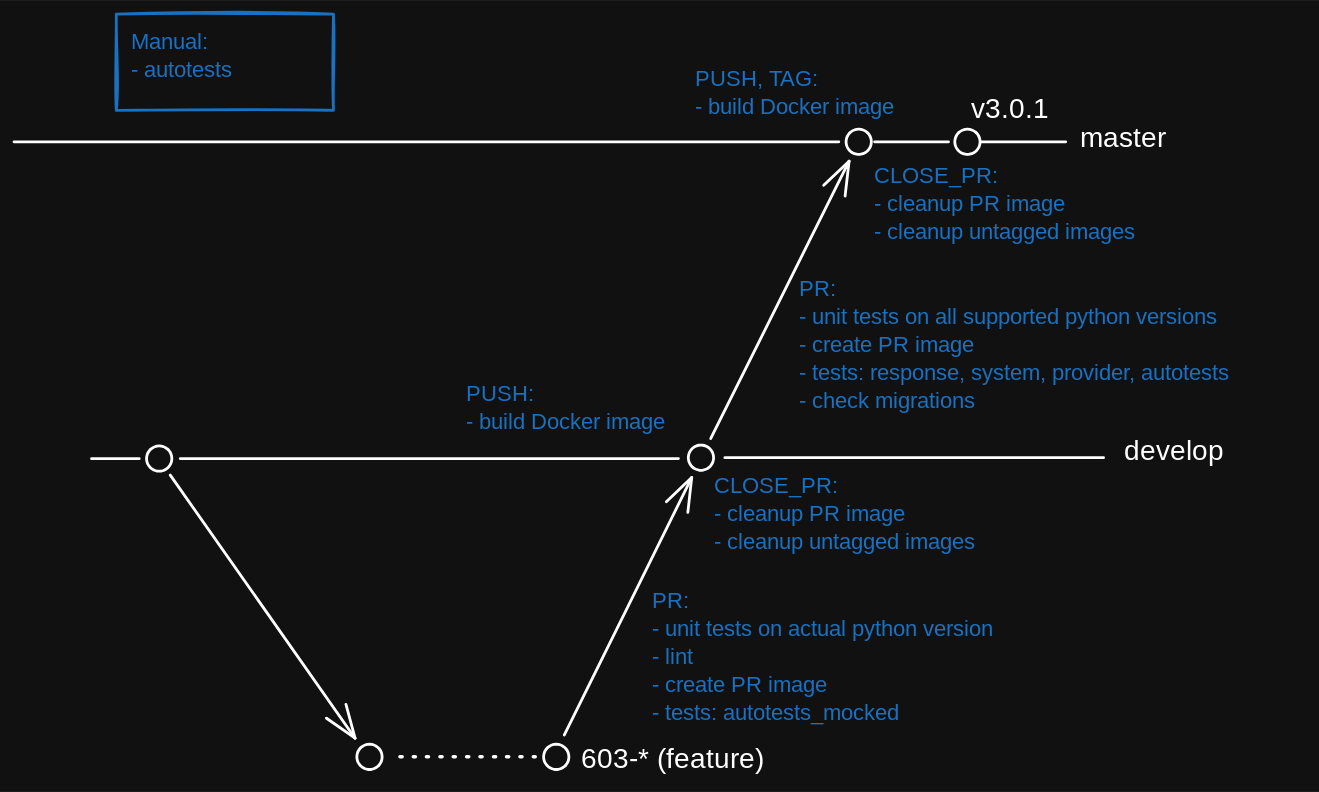
Above: docs/content/development/ci.excalidraw.svg in eslupmi/impulse (Excalidraw), before the change. Source tidied: one line per element, renumbered; positions are measured from the earlier drawing's top-left corner, leaving out a move shared by most shapes.
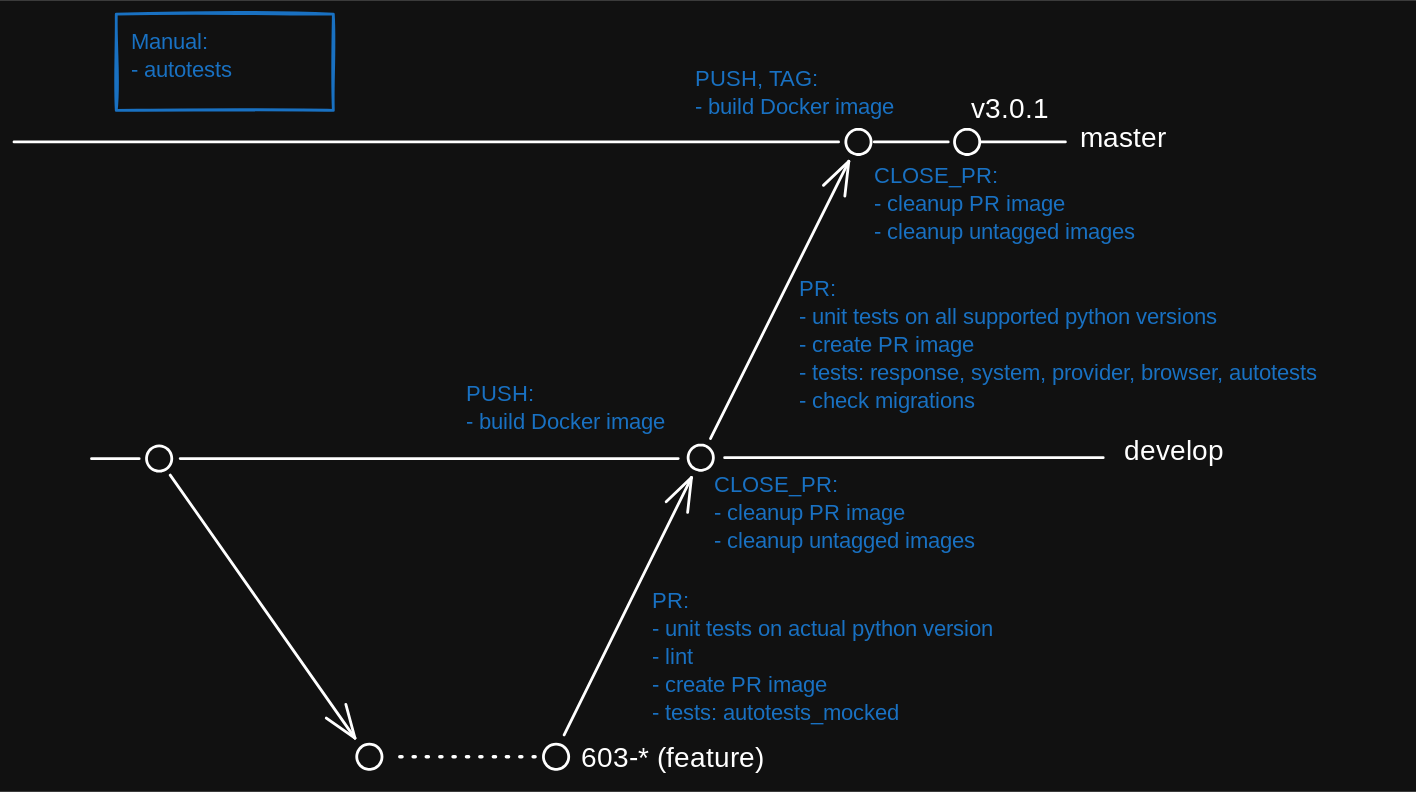
The same diagram one commit later.

Commit message:
Enhance CI workflows by adding autotests job for multiple messengers and simplifying lint job configuration.

What changed in the source:
```diff
@@ -11,7 +11,7 @@
 {"id": 10, "type": "ellipse", "strokeColor": "#ffffff", "strokeWidth": 2, "roughness": 0, "round": true, "x": 378, "y": 521, "width": 18, "height": 18}
 {"id": 11, "type": "arrow", "strokeColor": "#ffffff", "strokeWidth": 2, "roughness": 0, "endArrowhead": "arrow", "round": true, "from": 10, "to": 3, "x": 393, "y": 515, "width": 91, "height": 184, "points": [[0, 0], [91, -184]]}
 {"id": 12, "type": "arrow", "strokeColor": "#ffffff", "strokeWidth": 2, "strokeStyle": "dotted", "roughness": 0, "round": true, "from": 10, "to": 8, "x": 372, "y": 530, "width": 103, "height": 0, "points": [[0, 0], [-103, 0]]}
-{"id": 13, "type": "text", "text": "PR:\n- unit tests on all supported python versions\n- create PR image\n- tests: response, system, provider, autotests\n- check migrations", "strokeColor": "#1971c2", "strokeWidth": 2, "roughness": 0, "fontSize": 16, "fontFamily": 5, "x": 561, "y": 187, "width": 361, "height": 100}
+{"id": 13, "type": "text", "text": "PR:\n- unit tests on all supported python versions\n- create PR image\n- tests: response, system, provider, browser, autotests\n- check migrations", "strokeColor": "#1971c2", "strokeWidth": 2, "roughness": 0, "fontSize": 16, "fontFamily": 5, "x": 561, "y": 187, "width": 431, "height": 100}
 {"id": 14, "type": "ellipse", "strokeColor": "#ffffff", "strokeWidth": 2, "roughness": 0, "round": true, "x": 672, "y": 82, "width": 18, "height": 18}
 {"id": 15, "type": "text", "text": "v3.0.1", "strokeColor": "#ffffff", "strokeWidth": 2, "roughness": 0, "fontSize": 20, "fontFamily": 5, "x": 684, "y": 57, "width": 55, "height": 25}
 {"id": 16, "type": "text", "text": "PR:\n- unit tests on actual python version\n- lint\n- create PR image\n- tests: autotests_mocked", "strokeColor": "#1971c2", "strokeWidth": 2, "roughness": 0, "fontSize": 16, "fontFamily": 5, "x": 456, "y": 410, "width": 292, "height": 100}
```
